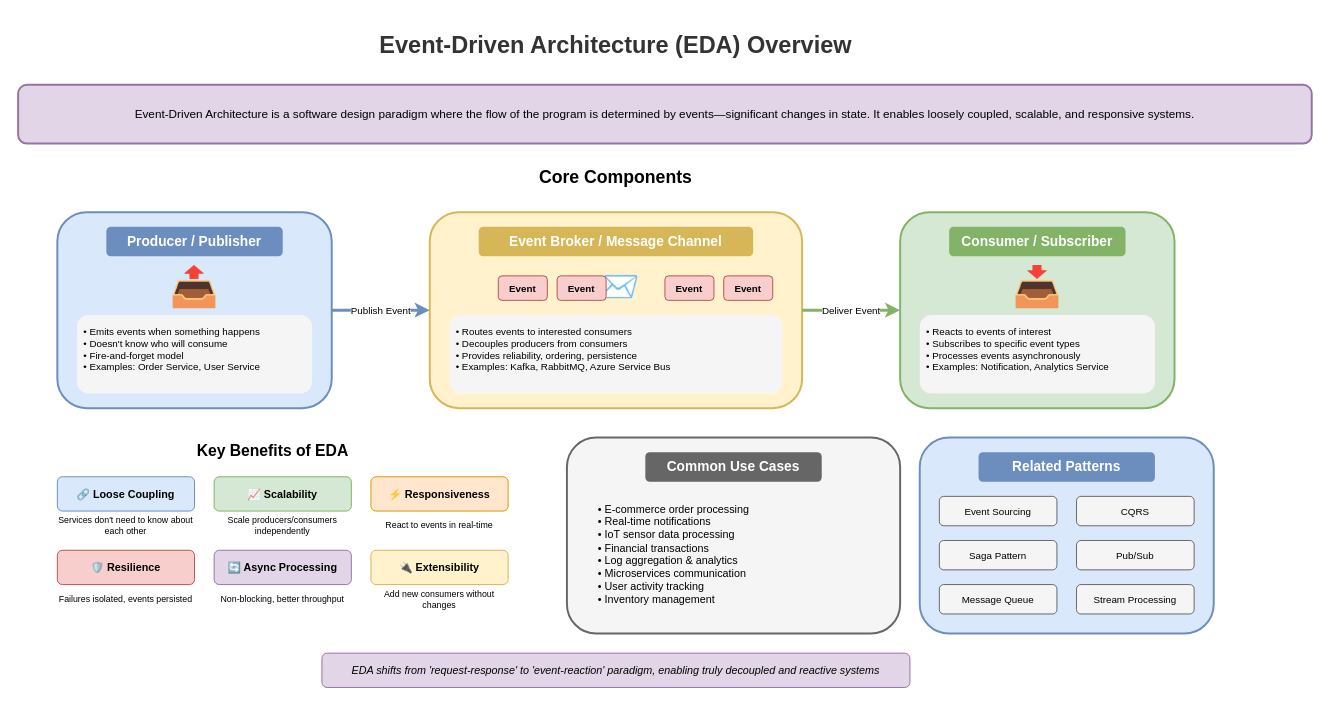
This is lesson-02-event-driven-architecture/diagrams/1.1-eda-overview.drawio from MrParkerZ7/document-lesson-software-architect-x-claude, a draw.io file, before an edit. Source tidied: cells renumbered, new cells numbered last; positions are measured from the earlier drawing's top-left corner, leaving out a move shared by most shapes. Both pictures are drawn from the tidied source at 98%, with x=0, y=0 at pixel (18, 25).
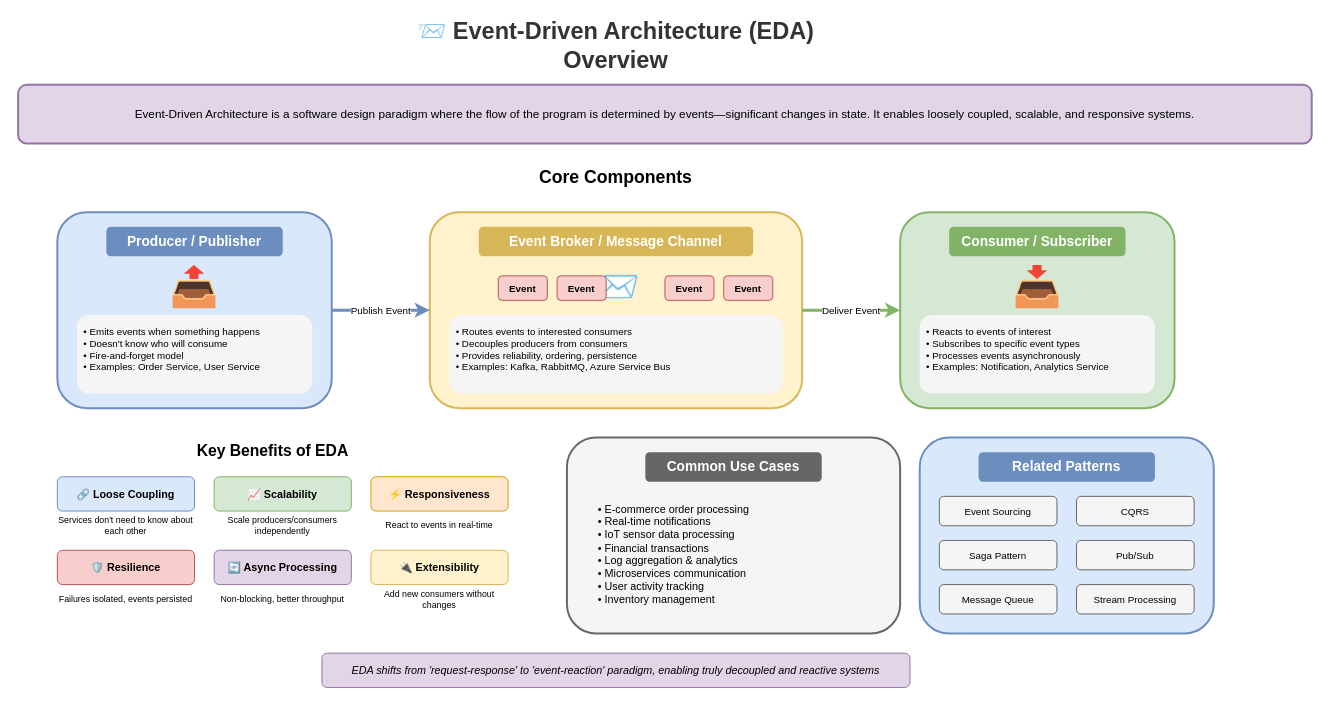
The same page after the edit.

Diff of the diagram source:
```diff
@@
-    <mxCell id="2" value="Event-Driven Architecture (EDA) Overview" style="text;html=1;strokeColor=none;fillColor=none;align=center;verticalAlign=middle;whiteSpace=wrap;rounded=0;fontSize=24;fontStyle=1;fontColor=#333333;" parent="1" vertex="1">
+    <mxCell id="2" value="📨 Event-Driven Architecture (EDA) Overview" style="text;html=1;strokeColor=none;fillColor=none;align=center;verticalAlign=middle;whiteSpace=wrap;rounded=0;fontSize=24;fontStyle=1;fontColor=#333333;" parent="1" vertex="1">
       <mxGeometry x="360" width="500" height="40" as="geometry" />
     </mxCell>
```
